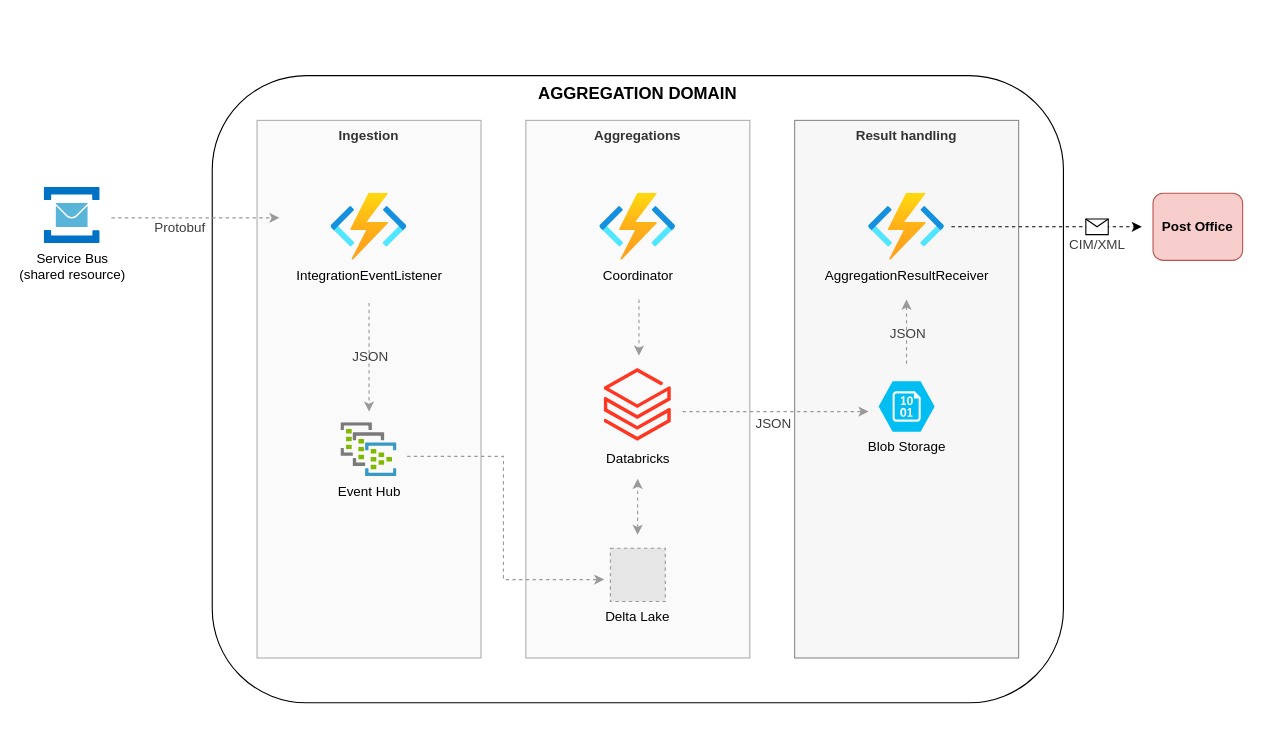
This is docs/domain-overview.drawio from Energinet-DataHub/ARCHIVED-geh-aggregations, a draw.io file, before an edit. Source tidied: cells renumbered, new cells numbered last; positions are measured from the earlier drawing's top-left corner, leaving out a move shared by most shapes. Both pictures are drawn from the tidied source at 112%, with x=0, y=0 at pixel (44, 75). Pictures stored in the file or linked from it are replaced by grey dashed boxes.
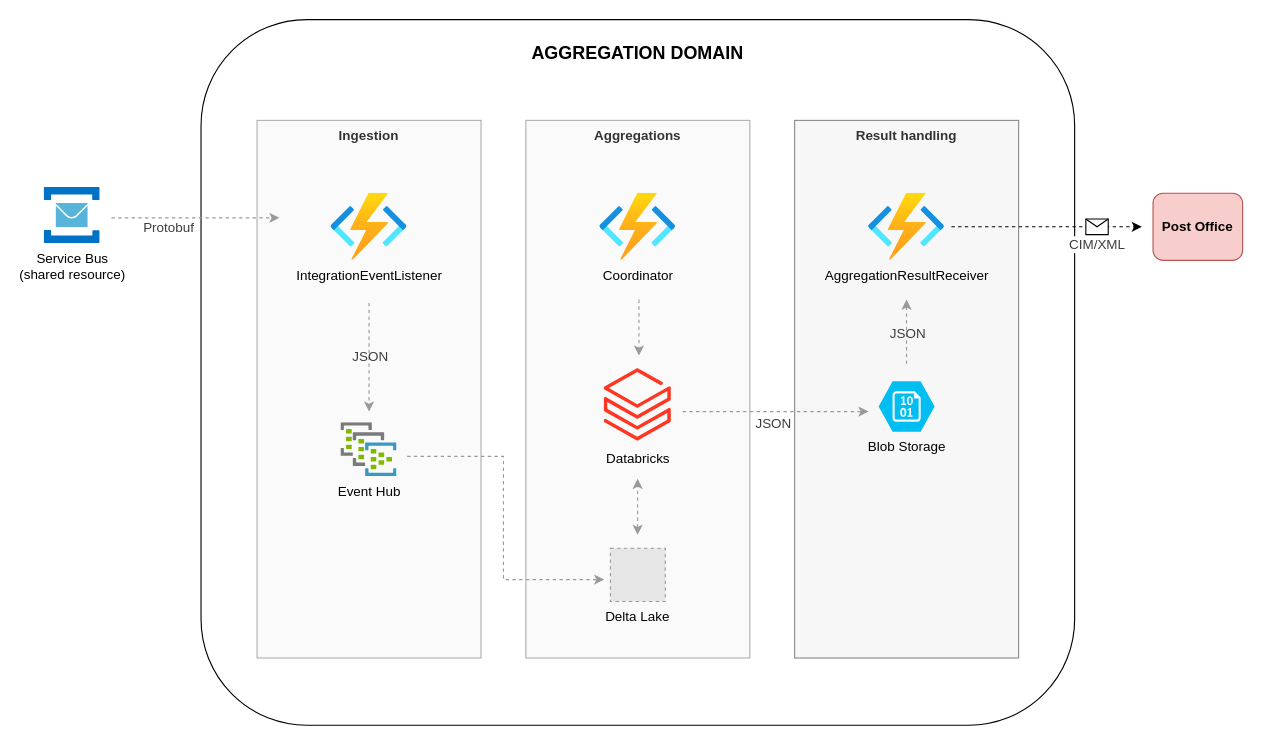
The same diagram, later.

Commit message (it also covers changes not shown here):
Updated domain overview diagram

The change refers to these unchanged cells:
```xml
<mxCell id="10" style="endArrow=classic;html=1;fontSize=12;edgeStyle=orthogonalEdgeStyle;strokeColor=#999999;rounded=0;dashed=1;" parent="1" edge="1">
  <mxGeometry relative="1" as="geometry">
    <mxPoint x="60" y="127" as="sourcePoint" />
    <mxPoint x="210" y="127" as="targetPoint" />
  </mxGeometry>
</mxCell>
```

Change to the diagram source:
```diff
@@
-    <mxCell id="2" value="AGGREGATION DOMAIN" style="rounded=1;whiteSpace=wrap;html=1;fontSize=15;align=center;verticalAlign=top;fontStyle=1;" parent="1" vertex="1">
-      <mxGeometry x="150" width="760" height="560" as="geometry" />
+    <mxCell id="2" value="AGGREGATION DOMAIN" style="rounded=1;whiteSpace=wrap;html=1;fontSize=16;align=center;verticalAlign=top;fontStyle=1;spacingTop=14;fontFamily=Helvetica;" parent="1" vertex="1">
+      <mxGeometry x="140" y="-50" width="780" height="630" as="geometry" />
     </mxCell>
@@
     <mxCell id="11" value="Protobuf" style="edgeLabel;html=1;align=center;verticalAlign=middle;fontSize=12;labelBackgroundColor=none;labelBorderColor=none;fontColor=#3D3D3D;" parent="10" vertex="1">
       <mxGeometry x="-0.23" relative="1" as="geometry">
-        <mxPoint x="2" y="8" as="offset" />
+        <mxPoint x="-8" y="8" as="offset" />
       </mxGeometry>
     </mxCell>
```
